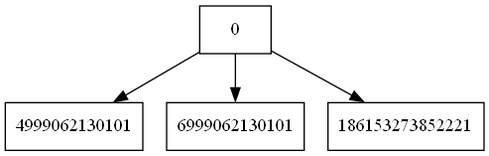
Above: EDD_F2/btree.png in Samashoas/EDD_PROYECTO_202109705 (Graphviz), before the change. Its source is kept beside it as EDD_F2/btree.dot.
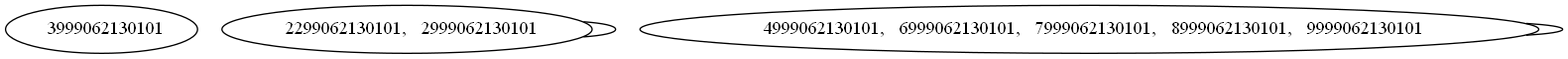
After the commit.

What changed in the source:
```diff
@@ -1,18 +1,5 @@
-digraph BTree {
-     node [shape=record];
-2249836830144[label="3999062130101"];
-2249836830144 ->2249836829920;
-2249836829920[label="2299062130101"];
-2249836829920[label="2999062130101"];
-2249836829920[label="4999062130101"];
-2249836830144[label="6999062130101"];
-2249836830144 ->2249836830032;
-2249836830032[label="4999062130101"];
-2249836830032[label="6999062130101"];
-2249836830144[label="0"];
-2249836830144 ->2249836830592;
-2249836830592[label="7999062130101"];
-2249836830592[label="8999062130101"];
-2249836830592[label="9999062130101"];
-2249836830592[label="186153273852221"];
-}
+graph BTree {
+rankdir=TB;
+node2629072568784 [label="  3999062130101"];node2629072547776 -- node2629072547776;
+node2629072547776 [label="  2299062130101,   2999062130101"];node2629072568528 -- node2629072568528;
+node2629072568528 [label="  4999062130101,   6999062130101,   7999062130101,   8999062130101,   9999062130101"];}
```
